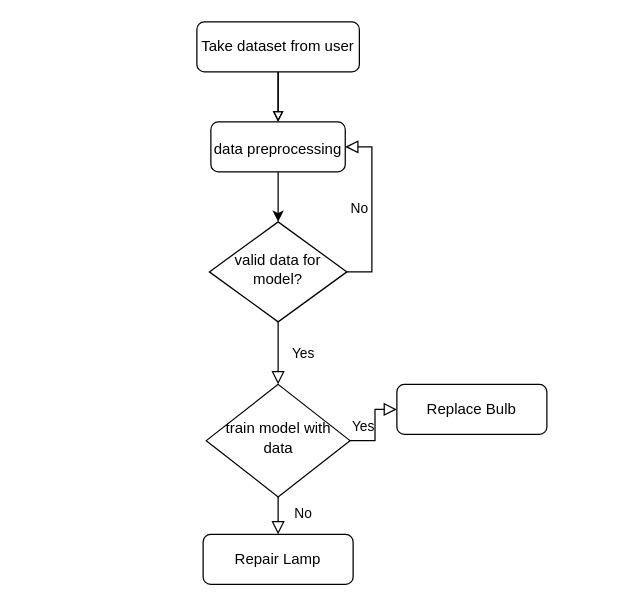
Before: flow_chart.drawio in ChanumoluGayathri/System_Design, a draw.io diagram. Source tidied: cells renumbered, new cells numbered last; positions are measured from the earlier drawing's top-left corner, leaving out a move shared by most shapes. Both pictures are drawn from the tidied source at 125%, with x=0, y=0 at pixel (196, 21).
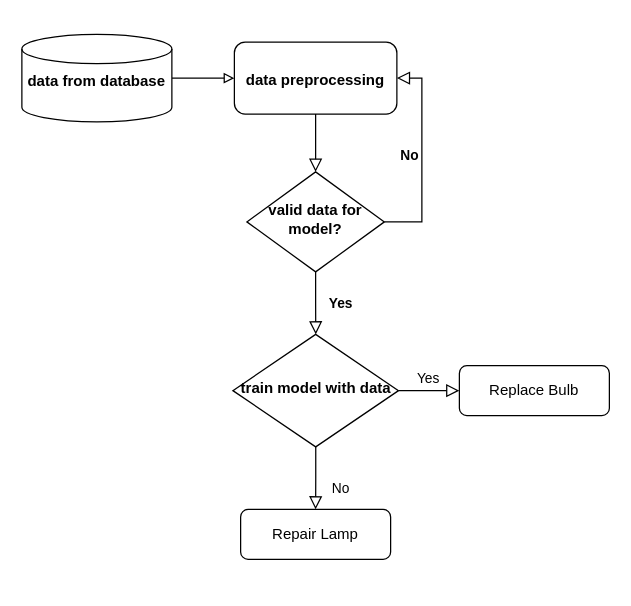
After the change.

What changed in the source:
```diff
@@
 <mxGraphModel>
   <root>
     <mxCell id="0" />
     <mxCell id="1" parent="0" />
-    <mxCell id="2" style="edgeStyle=orthogonalEdgeStyle;rounded=0;hachureGap=4;jettySize=auto;html=1;fontFamily=Architects Daughter;fontSize=16;strokeColor=#000000;endArrow=block;endFill=0;" parent="1" edge="1" source="4" target="14">
+    <mxCell id="2" style="edgeStyle=orthogonalEdgeStyle;rounded=0;hachureGap=4;jettySize=auto;html=1;fontFamily=Architects Daughter;fontSize=16;strokeColor=#000000;endArrow=block;endFill=0;exitX=1;exitY=0.5;exitDx=0;exitDy=0;exitPerimeter=0;" parent="1" edge="1" source="15" target="14">
       <mxGeometry relative="1" as="geometry" />
     </mxCell>
-    <mxCell id="3" style="edgeStyle=orthogonalEdgeStyle;rounded=0;hachureGap=4;jettySize=auto;html=1;fontFamily=Architects Daughter;fontSize=16;endArrow=block;endFill=0;" parent="1" edge="1" source="4" target="14">
-      <mxGeometry relative="1" as="geometry" />
-    </mxCell>
-    <mxCell id="4" value="Take dataset from user" style="rounded=1;whiteSpace=wrap;html=1;fontSize=12;glass=0;strokeWidth=1;shadow=0;" parent="1" vertex="1">
-      <mxGeometry width="130" height="40" as="geometry" />
-    </mxCell>
-    <mxCell id="5" value="Yes" style="rounded=0;html=1;jettySize=auto;fontSize=11;endArrow=block;endFill=0;endSize=8;strokeWidth=1;shadow=0;labelBackgroundColor=none;edgeStyle=orthogonalEdgeStyle;" parent="1" edge="1" source="7" target="10">
+    <mxCell id="5" value="&lt;b&gt;Yes&lt;/b&gt;" style="rounded=0;html=1;jettySize=auto;fontSize=11;endArrow=block;endFill=0;endSize=8;strokeWidth=1;shadow=0;labelBackgroundColor=none;edgeStyle=orthogonalEdgeStyle;" parent="1" edge="1" source="7" target="10">
       <mxGeometry y="20" relative="1" as="geometry" />
     </mxCell>
-    <mxCell id="6" value="No" style="edgeStyle=orthogonalEdgeStyle;rounded=0;html=1;jettySize=auto;fontSize=11;endArrow=block;endFill=0;endSize=8;strokeWidth=1;shadow=0;labelBackgroundColor=none;entryX=1;entryY=0.5;entryDx=0;entryDy=0;exitX=1;exitY=0.5;exitDx=0;exitDy=0;" parent="1" edge="1" source="7" target="14">
-      <mxGeometry y="10" relative="1" as="geometry" />
+    <mxCell id="6" value="&lt;b&gt;No&lt;/b&gt;" style="edgeStyle=orthogonalEdgeStyle;rounded=0;html=1;jettySize=auto;fontSize=11;endArrow=block;endFill=0;endSize=8;strokeWidth=1;shadow=0;labelBackgroundColor=none;entryX=1;entryY=0.5;entryDx=0;entryDy=0;exitX=1;exitY=0.5;exitDx=0;exitDy=0;" parent="1" edge="1" source="7" target="14">
+      <mxGeometry y="10" relative="1" as="geometry">
+        <Array as="points">
+          <mxPoint x="180" y="160" />
+          <mxPoint x="180" y="45" />
+        </Array>
+      </mxGeometry>
     </mxCell>
-    <mxCell id="7" value="valid data for model?" style="rhombus;whiteSpace=wrap;html=1;shadow=0;fontFamily=Helvetica;fontSize=12;align=center;strokeWidth=1;spacing=6;spacingTop=-4;" parent="1" vertex="1">
-      <mxGeometry x="10" y="160" width="110" height="80" as="geometry" />
+    <mxCell id="7" value="&lt;b&gt;valid data for model?&lt;/b&gt;" style="rhombus;whiteSpace=wrap;html=1;shadow=0;fontFamily=Helvetica;fontSize=12;align=center;strokeWidth=1;spacing=6;spacingTop=-4;" parent="1" vertex="1">
+      <mxGeometry x="40" y="120" width="110" height="80" as="geometry" />
     </mxCell>
     <mxCell id="8" value="No" style="rounded=0;html=1;jettySize=auto;fontSize=11;endArrow=block;endFill=0;endSize=8;strokeWidth=1;shadow=0;labelBackgroundColor=none;edgeStyle=orthogonalEdgeStyle;" parent="1" edge="1" source="10" target="11">
       <mxGeometry x="0.33" y="20" relative="1" as="geometry" />
     </mxCell>
     <mxCell id="9" value="Yes" style="edgeStyle=orthogonalEdgeStyle;rounded=0;html=1;jettySize=auto;fontSize=11;endArrow=block;endFill=0;endSize=8;strokeWidth=1;shadow=0;labelBackgroundColor=none;" parent="1" edge="1" source="10" target="12">
       <mxGeometry y="10" relative="1" as="geometry" />
     </mxCell>
-    <mxCell id="10" value="&lt;p style=&quot;line-height: 130%;&quot;&gt;train model with data&lt;/p&gt;" style="rhombus;whiteSpace=wrap;html=1;shadow=0;fontFamily=Helvetica;fontSize=12;align=center;strokeWidth=1;spacing=6;spacingTop=-4;" parent="1" vertex="1">
-      <mxGeometry x="7.5" y="290" width="115" height="90" as="geometry" />
+    <mxCell id="10" value="&lt;p style=&quot;line-height: 130%;&quot;&gt;&lt;b&gt;train model with data&lt;/b&gt;&lt;/p&gt;" style="rhombus;whiteSpace=wrap;html=1;shadow=0;fontFamily=Helvetica;fontSize=12;align=center;strokeWidth=1;spacing=6;spacingTop=-4;" parent="1" vertex="1">
+      <mxGeometry x="28.8" y="250" width="132.5" height="90" as="geometry" />
     </mxCell>
     <mxCell id="11" value="Repair Lamp" style="rounded=1;whiteSpace=wrap;html=1;fontSize=12;glass=0;strokeWidth=1;shadow=0;" parent="1" vertex="1">
-      <mxGeometry x="5" y="410" width="120" height="40" as="geometry" />
+      <mxGeometry x="35" y="390" width="120" height="40" as="geometry" />
     </mxCell>
     <mxCell id="12" value="Replace Bulb" style="rounded=1;whiteSpace=wrap;html=1;fontSize=12;glass=0;strokeWidth=1;shadow=0;" parent="1" vertex="1">
-      <mxGeometry x="160" y="290" width="120" height="40" as="geometry" />
+      <mxGeometry x="210" y="275" width="120" height="40" as="geometry" />
     </mxCell>
-    <mxCell id="13" style="edgeStyle=orthogonalEdgeStyle;rounded=0;hachureGap=4;jettySize=auto;html=1;fontFamily=Architects Daughter;fontSize=16;" parent="1" edge="1" source="14" target="7">
+    <mxCell id="13" style="edgeStyle=orthogonalEdgeStyle;rounded=0;hachureGap=4;jettySize=auto;html=1;fontFamily=Architects Daughter;fontSize=16;endArrow=block;endFill=0;endSize=8;" parent="1" edge="1" source="14" target="7">
       <mxGeometry relative="1" as="geometry" />
     </mxCell>
-    <mxCell id="14" value="&lt;p style=&quot;line-height: 50%;&quot;&gt;&lt;font face=&quot;Helvetica&quot; style=&quot;font-size: 12px;&quot;&gt;data preprocessing&lt;/font&gt;&lt;/p&gt;" style="rounded=1;whiteSpace=wrap;html=1;hachureGap=4;fontFamily=Architects Daughter;fontSize=20;align=center;" parent="1" vertex="1">
-      <mxGeometry x="11.2" y="80" width="107.5" height="40" as="geometry" />
+    <mxCell id="14" value="&lt;p style=&quot;line-height: 50%;&quot;&gt;&lt;font face=&quot;Helvetica&quot; style=&quot;font-size: 12px;&quot;&gt;&lt;b&gt;data preprocessing&lt;/b&gt;&lt;/font&gt;&lt;/p&gt;" style="rounded=1;whiteSpace=wrap;html=1;hachureGap=4;fontFamily=Architects Daughter;fontSize=20;align=center;shadow=0;glass=0;strokeWidth=1;" parent="1" vertex="1">
+      <mxGeometry x="30" y="16.2" width="130" height="57.5" as="geometry" />
     </mxCell>
+    <mxCell id="15" value="&lt;font face=&quot;Helvetica&quot; style=&quot;font-size: 12px;&quot;&gt;&lt;b&gt;data from database&lt;/b&gt;&lt;/font&gt;" style="strokeWidth=1;html=1;shape=mxgraph.flowchart.database;whiteSpace=wrap;hachureGap=4;fontFamily=Architects Daughter;fontSize=20;" parent="1" vertex="1">
+      <mxGeometry x="-140" y="10" width="120" height="70" as="geometry" />
+    </mxCell>
   </root>
 </mxGraphModel>
```
